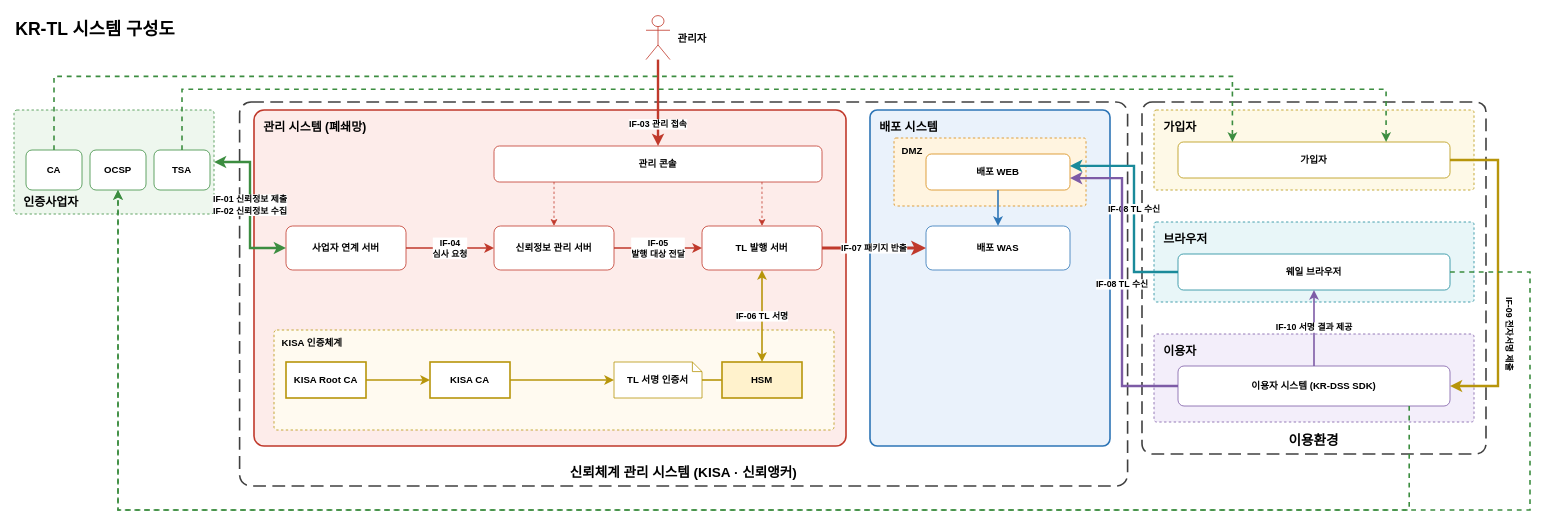
yongsungkim-electcerti/kr-dss keeps this draw.io diagram as docs/design/KR-TL-관리시스템/diagrams/krtl-system.drawio. Above is the earlier version. Source tidied: cells renumbered, new cells numbered last; positions are measured from the earlier drawing's top-left corner, leaving out a move shared by most shapes. Both pictures are drawn from the tidied source at 80%, with x=0, y=0 at pixel (14, 14).
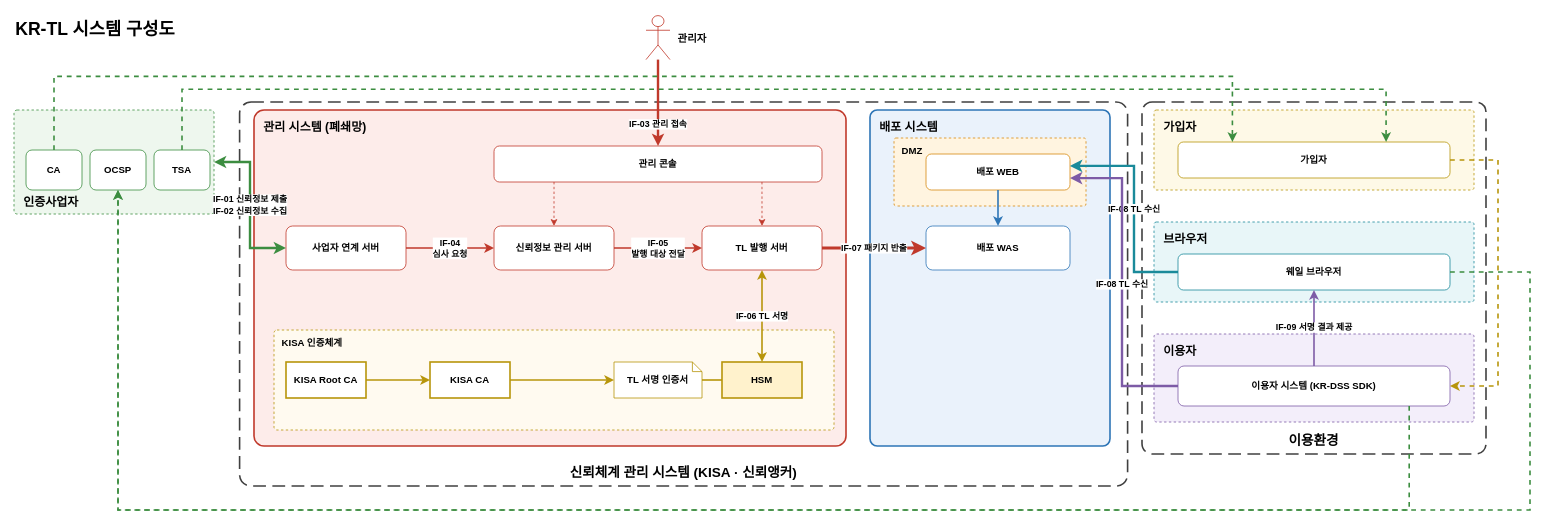
After the change.

Commit message (it also covers changes not shown here):
docs(kr-tl): 전자서명 제출을 IF에서 제외하고 점선 서비스 채널로 표기 [claude]

The change refers to these unchanged cells:
```xml
<mxCell id="27" value="가입자" style="rounded=1;whiteSpace=wrap;html=1;fillColor=#ffffff;strokeColor=#b7950b;strokeWidth=1;fontStyle=1;" parent="1" vertex="1">
  <mxGeometry x="1455" y="160" width="340" height="45" as="geometry" />
</mxCell>
<mxCell id="28" value="웨일 브라우저" style="rounded=1;whiteSpace=wrap;html=1;fillColor=#ffffff;strokeColor=#1a8a9a;strokeWidth=1;fontStyle=1;" parent="1" vertex="1">
  <mxGeometry x="1455" y="300" width="340" height="45" as="geometry" />
</mxCell>
<mxCell id="29" value="이용자 시스템 (KR-DSS SDK)" style="rounded=1;whiteSpace=wrap;html=1;fillColor=#ffffff;strokeColor=#7d5ba6;strokeWidth=1;fontStyle=1;" parent="1" vertex="1">
  <mxGeometry x="1455" y="440" width="340" height="50" as="geometry" />
</mxCell>
```

What changed in the source:
```diff
@@
-    <mxCell id="46" style="edgeStyle=orthogonalEdgeStyle;rounded=0;html=1;fontSize=11;fontStyle=1;labelBackgroundColor=#ffffff;strokeColor=#b7950b;strokeWidth=3;exitX=1;exitY=0.5;entryX=1;entryY=0.5;" parent="1" edge="1" source="27" target="29">
+    <mxCell id="46" style="edgeStyle=orthogonalEdgeStyle;rounded=0;html=1;fontSize=11;fontStyle=1;labelBackgroundColor=#ffffff;strokeColor=#b7950b;strokeWidth=2;exitX=1;exitY=0.5;entryX=1;entryY=0.5;dashed=1;" parent="1" edge="1" source="27" target="29">
       <mxGeometry relative="1" as="geometry">
         <Array as="points">
           <mxPoint x="1855" y="182" />
           <mxPoint x="1855" y="465" />
         </Array>
       </mxGeometry>
     </mxCell>
-    <mxCell id="47" value="IF-09 전자서명 제출" style="text;html=1;fontSize=11;fontStyle=1;align=center;verticalAlign=middle;labelBackgroundColor=#ffffff;rotation=90;" parent="1" vertex="1">
-      <mxGeometry x="1805" y="390" width="130" height="20" as="geometry" />
-    </mxCell>
-    <mxCell id="48" value="IF-10 서명 결과 제공" style="edgeStyle=orthogonalEdgeStyle;rounded=0;html=1;fontSize=11;fontStyle=1;labelBackgroundColor=#ffffff;strokeColor=#7d5ba6;strokeWidth=2;exitX=0.5;exitY=0;entryX=0.5;entryY=1;" parent="1" edge="1" source="29" target="28">
+    <mxCell id="48" value="IF-09 서명 결과 제공" style="edgeStyle=orthogonalEdgeStyle;rounded=0;html=1;fontSize=11;fontStyle=1;labelBackgroundColor=#ffffff;strokeColor=#7d5ba6;strokeWidth=2;exitX=0.5;exitY=0;entryX=0.5;entryY=1;" parent="1" edge="1" source="29" target="28">
       <mxGeometry relative="1" as="geometry" />
     </mxCell>
```
